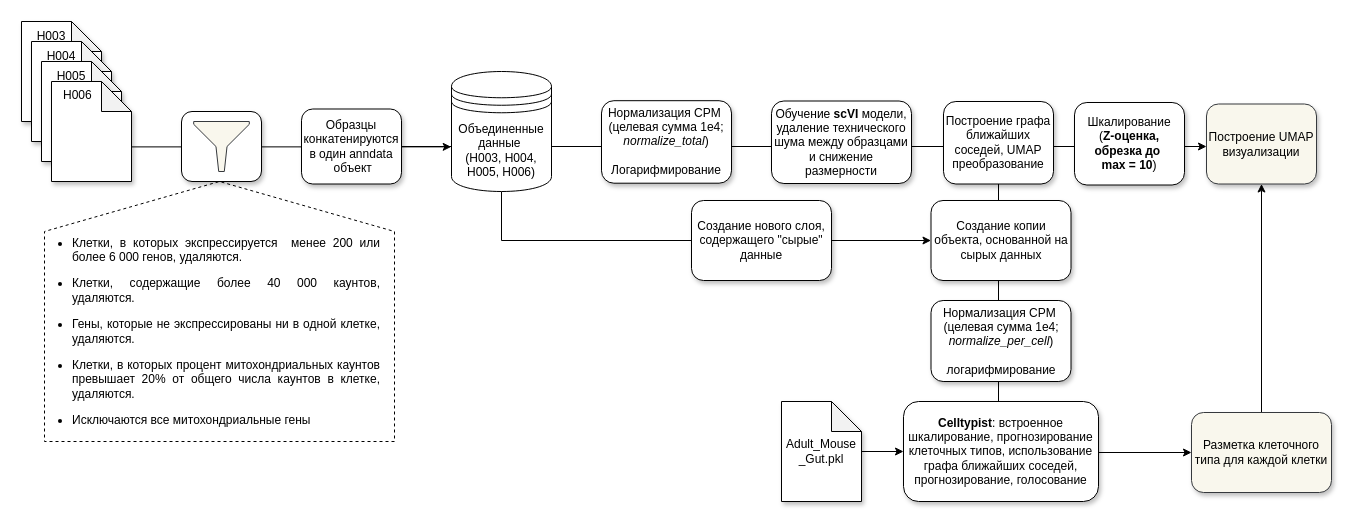
The draw.io diagram masterd_WT_art.drawio in NikolaiL-dev/pictures.drawio, before the edit. Source tidied: cells renumbered, new cells numbered last; positions are measured from the earlier drawing's top-left corner, leaving out a move shared by most shapes. Both pictures are drawn from the tidied source at 100%, with x=0, y=0 at pixel (21, 21).
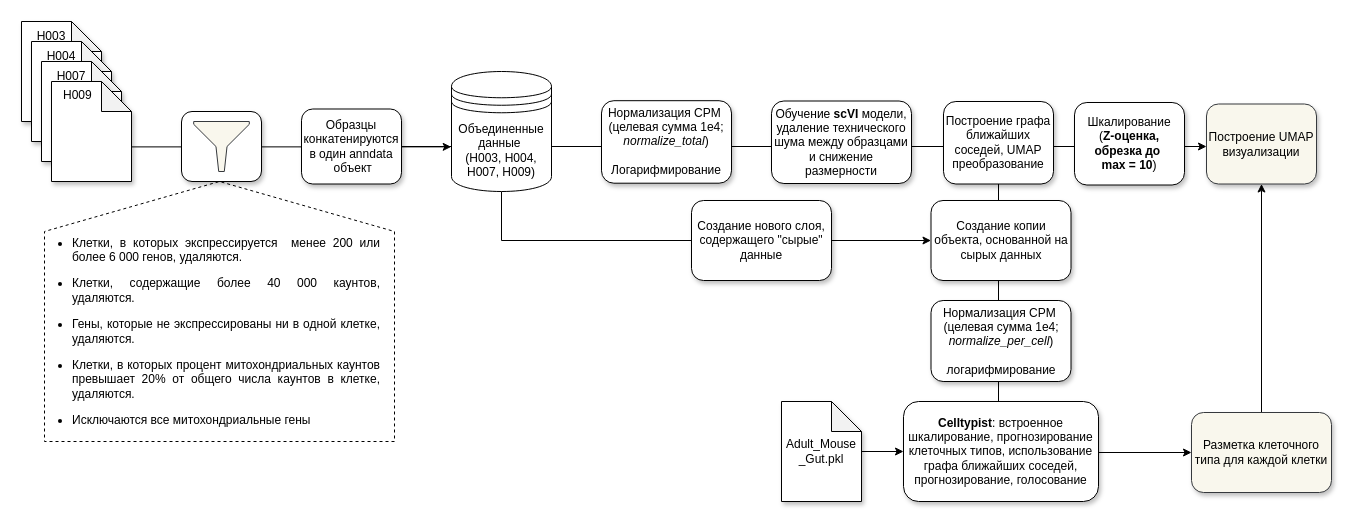
The same page after the edit.

The change refers to these unchanged cells:
```xml
<mxCell id="4" style="group;" parent="1" vertex="1">
  <mxGeometry width="110" height="160" as="geometry" />
</mxCell>
```

The edit, as a diff of the source:
```diff
@@
-    <mxCell id="11" value="H005" style="text;html=1;strokeColor=none;fillColor=none;align=center;verticalAlign=middle;whiteSpace=wrap;rounded=0;" parent="4" vertex="1">
+    <mxCell id="11" value="H007" style="text;html=1;strokeColor=none;fillColor=none;align=center;verticalAlign=middle;whiteSpace=wrap;rounded=0;" parent="4" vertex="1">
       <mxGeometry x="20" y="40" width="60" height="30" as="geometry" />
     </mxCell>
-    <mxCell id="12" value="H006" style="text;whiteSpace=wrap;html=1;" parent="4" vertex="1">
+    <mxCell id="12" value="H009" style="text;whiteSpace=wrap;html=1;" parent="4" vertex="1">
       <mxGeometry x="40" y="60" width="60" height="40" as="geometry" />
     </mxCell>
@@
-    <mxCell id="24" value="&lt;div&gt;Объединенные данные&amp;nbsp;&lt;/div&gt;&lt;div&gt;(H003, H004, H005, H006)&lt;/div&gt;" style="shape=datastore;whiteSpace=wrap;html=1;" parent="1" vertex="1">
+    <mxCell id="24" value="&lt;div&gt;Объединенные данные&amp;nbsp;&lt;/div&gt;&lt;div&gt;(H003, H004, H007, H009)&lt;/div&gt;" style="shape=datastore;whiteSpace=wrap;html=1;" parent="1" vertex="1">
       <mxGeometry x="430" y="50" width="100" height="120" as="geometry" />
     </mxCell>
```
